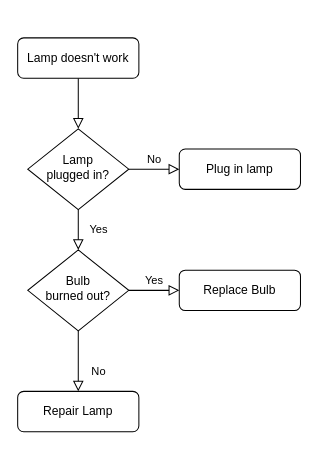
This is Untitled Diagram.drawio from wanwanbooboo/stray-dog, a draw.io file, before an edit. Source tidied: cells renumbered, new cells numbered last; positions are measured from the earlier drawing's top-left corner, leaving out a move shared by most shapes. Both pictures are drawn from the tidied source at 101%, with x=0, y=0 at pixel (17, 37).
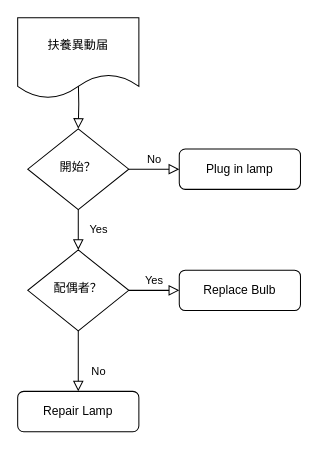
After the change.

Change to the diagram source:
```diff
@@
 <mxGraphModel>
   <root>
     <mxCell id="0" />
     <mxCell id="1" parent="0" />
-    <mxCell id="2" style="rounded=0;html=1;jettySize=auto;fontSize=11;endArrow=block;endFill=0;endSize=8;strokeWidth=1;shadow=0;labelBackgroundColor=none;edgeStyle=orthogonalEdgeStyle;" parent="1" edge="1" source="3" target="6">
-      <mxGeometry relative="1" as="geometry" />
+    <mxCell id="2" style="rounded=0;html=1;jettySize=auto;fontSize=11;endArrow=block;endFill=0;endSize=8;strokeWidth=1;shadow=0;labelBackgroundColor=none;edgeStyle=orthogonalEdgeStyle;" parent="1" edge="1" target="6">
+      <mxGeometry relative="1" as="geometry">
+        <mxPoint x="60" y="40" as="sourcePoint" />
+      </mxGeometry>
     </mxCell>
-    <mxCell id="3" value="Lamp doesn't work" style="rounded=1;whiteSpace=wrap;html=1;fontSize=12;glass=0;strokeWidth=1;shadow=0;" parent="1" vertex="1">
-      <mxGeometry width="120" height="40" as="geometry" />
-    </mxCell>
     <mxCell id="4" value="Yes" style="rounded=0;html=1;jettySize=auto;fontSize=11;endArrow=block;endFill=0;endSize=8;strokeWidth=1;shadow=0;labelBackgroundColor=none;edgeStyle=orthogonalEdgeStyle;" parent="1" edge="1" source="6" target="10">
       <mxGeometry y="20" relative="1" as="geometry" />
     </mxCell>
     <mxCell id="5" value="No" style="edgeStyle=orthogonalEdgeStyle;rounded=0;html=1;jettySize=auto;fontSize=11;endArrow=block;endFill=0;endSize=8;strokeWidth=1;shadow=0;labelBackgroundColor=none;" parent="1" edge="1" source="6" target="7">
       <mxGeometry y="10" relative="1" as="geometry" />
     </mxCell>
-    <mxCell id="6" value="Lamp&lt;br&gt;plugged in?" style="rhombus;whiteSpace=wrap;html=1;shadow=0;fontFamily=Helvetica;fontSize=12;align=center;strokeWidth=1;spacing=6;spacingTop=-4;" parent="1" vertex="1">
+    <mxCell id="6" value="開始？" style="rhombus;whiteSpace=wrap;html=1;shadow=0;fontFamily=Helvetica;fontSize=12;align=center;strokeWidth=1;spacing=6;spacingTop=-4;" parent="1" vertex="1">
       <mxGeometry x="10" y="90" width="100" height="80" as="geometry" />
     </mxCell>
     <mxCell id="7" value="Plug in lamp" style="rounded=1;whiteSpace=wrap;html=1;fontSize=12;glass=0;strokeWidth=1;shadow=0;" parent="1" vertex="1">
       <mxGeometry x="160" y="110" width="120" height="40" as="geometry" />
     </mxCell>
     <mxCell id="8" value="No" style="rounded=0;html=1;jettySize=auto;fontSize=11;endArrow=block;endFill=0;endSize=8;strokeWidth=1;shadow=0;labelBackgroundColor=none;edgeStyle=orthogonalEdgeStyle;" parent="1" edge="1" source="10" target="11">
       <mxGeometry x="0.33" y="20" relative="1" as="geometry" />
     </mxCell>
     <mxCell id="9" value="Yes" style="edgeStyle=orthogonalEdgeStyle;rounded=0;html=1;jettySize=auto;fontSize=11;endArrow=block;endFill=0;endSize=8;strokeWidth=1;shadow=0;labelBackgroundColor=none;" parent="1" edge="1" source="10" target="12">
       <mxGeometry y="10" relative="1" as="geometry" />
     </mxCell>
-    <mxCell id="10" value="Bulb&lt;br&gt;burned out?" style="rhombus;whiteSpace=wrap;html=1;shadow=0;fontFamily=Helvetica;fontSize=12;align=center;strokeWidth=1;spacing=6;spacingTop=-4;" parent="1" vertex="1">
+    <mxCell id="10" value="配偶者？" style="rhombus;whiteSpace=wrap;html=1;shadow=0;fontFamily=Helvetica;fontSize=12;align=center;strokeWidth=1;spacing=6;spacingTop=-4;" parent="1" vertex="1">
       <mxGeometry x="10" y="210" width="100" height="80" as="geometry" />
     </mxCell>
     <mxCell id="11" value="Repair Lamp" style="rounded=1;whiteSpace=wrap;html=1;fontSize=12;glass=0;strokeWidth=1;shadow=0;" parent="1" vertex="1">
       <mxGeometry y="350" width="120" height="40" as="geometry" />
     </mxCell>
     <mxCell id="12" value="Replace Bulb" style="rounded=1;whiteSpace=wrap;html=1;fontSize=12;glass=0;strokeWidth=1;shadow=0;" parent="1" vertex="1">
       <mxGeometry x="160" y="230" width="120" height="40" as="geometry" />
     </mxCell>
+    <mxCell id="13" value="扶養異動届" style="shape=document;whiteSpace=wrap;html=1;boundedLbl=1;" parent="1" vertex="1">
+      <mxGeometry y="-20" width="120" height="80" as="geometry" />
+    </mxCell>
   </root>
 </mxGraphModel>
```
